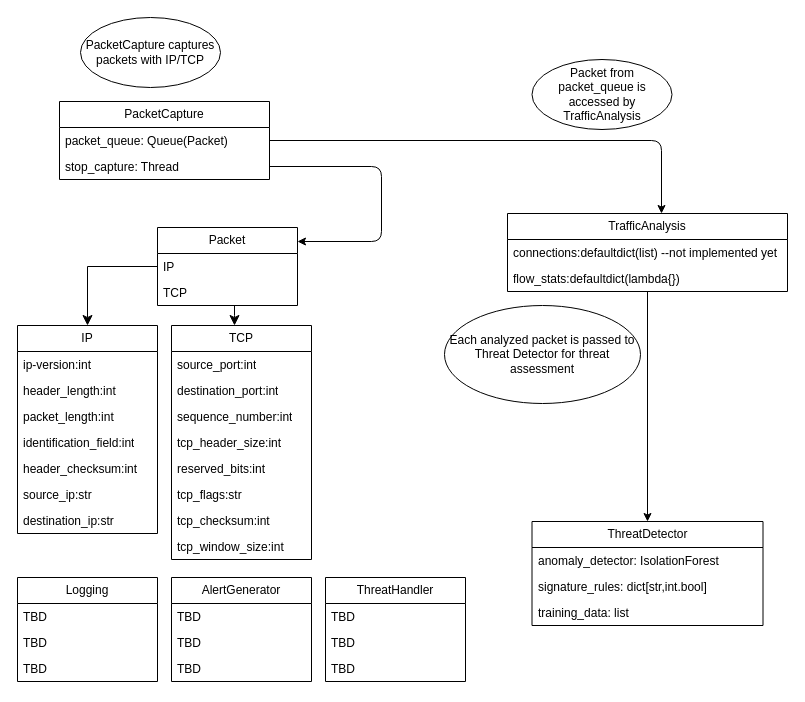
Above: docs/diagrams/IDS_OBJECT_DIAGRAM.drawio in NatiG7/simple_intrusion_handling_system (draw.io), before the change. Source tidied: cells renumbered, new cells numbered last; positions are measured from the earlier drawing's top-left corner, leaving out a move shared by most shapes. Both pictures are drawn from the tidied source at 100%, with x=0, y=0 at pixel (17, 17).
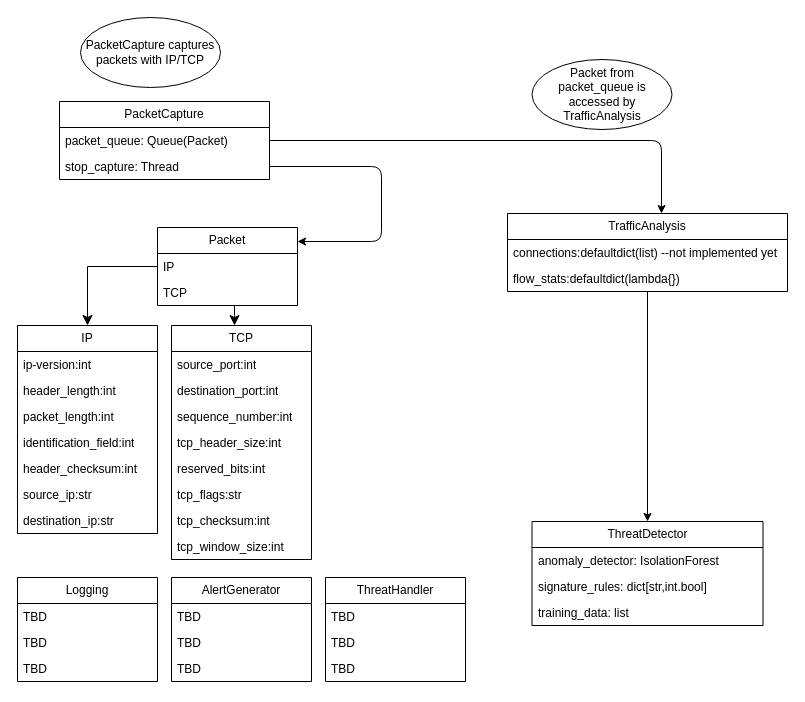
Above is the later version.

Change to the diagram source:
```diff
@@
-    <mxCell id="43" value="Each analyzed packet is passed to Threat Detector for threat assessment" style="ellipse;whiteSpace=wrap;html=1;" parent="1" vertex="1">
-      <mxGeometry x="427" y="288" width="196" height="98" as="geometry" />
-    </mxCell>
```
